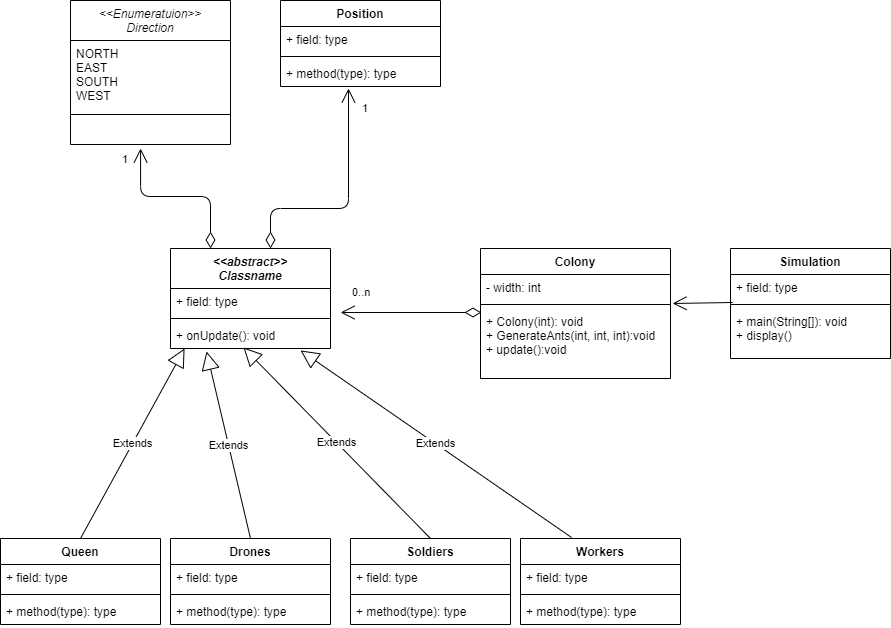
The draw.io diagram src/main/resources/diagram-plan.png in kisslas2020/life-of-the-ants, before a commit. Source tidied: cells renumbered, new cells last; positions are measured from the earlier drawing's top-left corner, leaving out a move shared by most shapes. Source of this version:
```xml
<mxGraphModel>
  <root>
    <mxCell id="0" />
    <mxCell id="1" parent="0" />
    <mxCell id="2" value="Colony" style="swimlane;fontStyle=1;align=center;verticalAlign=top;horizontal=1;startSize=26;" parent="1" vertex="1">
      <mxGeometry x="480" y="248" width="190" height="130" as="geometry" />
    </mxCell>
    <mxCell id="3" value="- width: int" style="text;strokeColor=none;fillColor=none;align=left;verticalAlign=top;spacingLeft=4;spacingRight=4;overflow=hidden;points=[[0,0.5],[1,0.5]];portConstraint=eastwest;" parent="2" vertex="1">
      <mxGeometry y="26" width="190" height="26" as="geometry" />
    </mxCell>
    <mxCell id="4" style="line;strokeWidth=1;fillColor=none;align=left;verticalAlign=middle;spacingTop=-1;spacingLeft=3;spacingRight=3;labelPosition=right;" parent="2" vertex="1">
      <mxGeometry y="52" width="190" height="8" as="geometry" />
    </mxCell>
    <mxCell id="5" value="+ Colony(int): void&#10;+ GenerateAnts(int, int, int):void&#10;+ update():void" style="text;strokeColor=none;fillColor=none;align=left;verticalAlign=top;spacingLeft=4;spacingRight=4;overflow=hidden;points=[[0,0.5],[1,0.5]];portConstraint=eastwest;" parent="2" vertex="1">
      <mxGeometry y="60" width="190" height="70" as="geometry" />
    </mxCell>
    <mxCell id="6" value="&lt;&lt;abstract&gt;&gt;&#10;Classname" style="swimlane;fontStyle=3;align=center;verticalAlign=top;horizontal=1;startSize=40;" parent="1" vertex="1">
      <mxGeometry x="170" y="248" width="160" height="100" as="geometry" />
    </mxCell>
    <mxCell id="7" value="+ field: type" style="text;strokeColor=none;fillColor=none;align=left;verticalAlign=top;spacingLeft=4;spacingRight=4;overflow=hidden;points=[[0,0.5],[1,0.5]];portConstraint=eastwest;" parent="6" vertex="1">
      <mxGeometry y="40" width="160" height="26" as="geometry" />
    </mxCell>
    <mxCell id="8" style="line;strokeWidth=1;fillColor=none;align=left;verticalAlign=middle;spacingTop=-1;spacingLeft=3;spacingRight=3;labelPosition=right;" parent="6" vertex="1">
      <mxGeometry y="66" width="160" height="8" as="geometry" />
    </mxCell>
    <mxCell id="9" value="+ onUpdate(): void" style="text;strokeColor=none;fillColor=none;align=left;verticalAlign=top;spacingLeft=4;spacingRight=4;overflow=hidden;points=[[0,0.5],[1,0.5]];portConstraint=eastwest;" parent="6" vertex="1">
      <mxGeometry y="74" width="160" height="26" as="geometry" />
    </mxCell>
    <mxCell id="10" value="Soldiers" style="swimlane;fontStyle=1;align=center;verticalAlign=top;horizontal=1;startSize=26;" parent="1" vertex="1">
      <mxGeometry x="350" y="538" width="160" height="86" as="geometry" />
    </mxCell>
    <mxCell id="11" value="+ field: type" style="text;strokeColor=none;fillColor=none;align=left;verticalAlign=top;spacingLeft=4;spacingRight=4;overflow=hidden;" parent="10" vertex="1">
      <mxGeometry y="26" width="160" height="26" as="geometry" />
    </mxCell>
    <mxCell id="12" style="line;strokeWidth=1;fillColor=none;align=left;verticalAlign=middle;spacingTop=-1;spacingLeft=3;spacingRight=3;labelPosition=right;" parent="10" vertex="1">
      <mxGeometry y="52" width="160" height="8" as="geometry" />
    </mxCell>
    <mxCell id="13" value="+ method(type): type" style="text;strokeColor=none;fillColor=none;align=left;verticalAlign=top;spacingLeft=4;spacingRight=4;overflow=hidden;" parent="10" vertex="1">
      <mxGeometry y="60" width="160" height="26" as="geometry" />
    </mxCell>
    <mxCell id="14" value="Drones" style="swimlane;fontStyle=1;align=center;verticalAlign=top;horizontal=1;startSize=26;" parent="1" vertex="1">
      <mxGeometry x="170" y="538" width="160" height="86" as="geometry" />
    </mxCell>
    <mxCell id="15" value="+ field: type" style="text;strokeColor=none;fillColor=none;align=left;verticalAlign=top;spacingLeft=4;spacingRight=4;overflow=hidden;" parent="14" vertex="1">
      <mxGeometry y="26" width="160" height="26" as="geometry" />
    </mxCell>
    <mxCell id="16" style="line;strokeWidth=1;fillColor=none;align=left;verticalAlign=middle;spacingTop=-1;spacingLeft=3;spacingRight=3;labelPosition=right;" parent="14" vertex="1">
      <mxGeometry y="52" width="160" height="8" as="geometry" />
    </mxCell>
    <mxCell id="17" value="+ method(type): type" style="text;strokeColor=none;fillColor=none;align=left;verticalAlign=top;spacingLeft=4;spacingRight=4;overflow=hidden;" parent="14" vertex="1">
      <mxGeometry y="60" width="160" height="26" as="geometry" />
    </mxCell>
    <mxCell id="18" value="Workers" style="swimlane;fontStyle=1;align=center;verticalAlign=top;horizontal=1;startSize=26;" parent="1" vertex="1">
      <mxGeometry x="520" y="538" width="160" height="86" as="geometry" />
    </mxCell>
    <mxCell id="19" value="+ field: type" style="text;strokeColor=none;fillColor=none;align=left;verticalAlign=top;spacingLeft=4;spacingRight=4;overflow=hidden;" parent="18" vertex="1">
      <mxGeometry y="26" width="160" height="26" as="geometry" />
    </mxCell>
    <mxCell id="20" style="line;strokeWidth=1;fillColor=none;align=left;verticalAlign=middle;spacingTop=-1;spacingLeft=3;spacingRight=3;labelPosition=right;" parent="18" vertex="1">
      <mxGeometry y="52" width="160" height="8" as="geometry" />
    </mxCell>
    <mxCell id="21" value="+ method(type): type" style="text;strokeColor=none;fillColor=none;align=left;verticalAlign=top;spacingLeft=4;spacingRight=4;overflow=hidden;" parent="18" vertex="1">
      <mxGeometry y="60" width="160" height="26" as="geometry" />
    </mxCell>
    <mxCell id="22" value="Queen" style="swimlane;fontStyle=1;align=center;verticalAlign=top;horizontal=1;startSize=26;" parent="1" vertex="1">
      <mxGeometry y="538" width="160" height="86" as="geometry" />
    </mxCell>
    <mxCell id="23" value="+ field: type" style="text;strokeColor=none;fillColor=none;align=left;verticalAlign=top;spacingLeft=4;spacingRight=4;overflow=hidden;" parent="22" vertex="1">
      <mxGeometry y="26" width="160" height="26" as="geometry" />
    </mxCell>
    <mxCell id="24" style="line;strokeWidth=1;fillColor=none;align=left;verticalAlign=middle;spacingTop=-1;spacingLeft=3;spacingRight=3;labelPosition=right;" parent="22" vertex="1">
      <mxGeometry y="52" width="160" height="8" as="geometry" />
    </mxCell>
    <mxCell id="25" value="+ method(type): type" style="text;strokeColor=none;fillColor=none;align=left;verticalAlign=top;spacingLeft=4;spacingRight=4;overflow=hidden;" parent="22" vertex="1">
      <mxGeometry y="60" width="160" height="26" as="geometry" />
    </mxCell>
    <mxCell id="26" value="Extends" style="endArrow=block;endSize=16;endFill=0;html=1;exitX=0.5;exitY=0;exitDx=0;exitDy=0;entryX=0.088;entryY=1;entryDx=0;entryDy=0;entryPerimeter=0;" parent="1" edge="1" source="22" target="9">
      <mxGeometry relative="1" as="geometry" />
    </mxCell>
    <mxCell id="27" value="Extends" style="endArrow=block;endSize=16;endFill=0;html=1;exitX=0.5;exitY=0;exitDx=0;exitDy=0;entryX=0.225;entryY=1.115;entryDx=0;entryDy=0;entryPerimeter=0;" parent="1" edge="1" source="14" target="9">
      <mxGeometry relative="1" as="geometry" />
    </mxCell>
    <mxCell id="28" value="Extends" style="endArrow=block;endSize=16;endFill=0;html=1;exitX=0.319;exitY=-0.012;exitDx=0;exitDy=0;exitPerimeter=0;entryX=0.813;entryY=1.077;entryDx=0;entryDy=0;entryPerimeter=0;" parent="1" edge="1" source="18" target="9">
      <mxGeometry relative="1" as="geometry" />
    </mxCell>
    <mxCell id="29" value="Extends" style="endArrow=block;endSize=16;endFill=0;html=1;exitX=0.5;exitY=0;exitDx=0;exitDy=0;entryX=0.456;entryY=0.962;entryDx=0;entryDy=0;entryPerimeter=0;" parent="1" edge="1" source="10" target="9">
      <mxGeometry relative="1" as="geometry" />
    </mxCell>
    <mxCell id="30" value="Simulation" style="swimlane;fontStyle=1;align=center;verticalAlign=top;horizontal=1;startSize=26;" parent="1" vertex="1">
      <mxGeometry x="730" y="248" width="160" height="110" as="geometry" />
    </mxCell>
    <mxCell id="31" value="+ field: type" style="text;strokeColor=none;fillColor=none;align=left;verticalAlign=top;spacingLeft=4;spacingRight=4;overflow=hidden;points=[[0,0.5],[1,0.5]];portConstraint=eastwest;" parent="30" vertex="1">
      <mxGeometry y="26" width="160" height="26" as="geometry" />
    </mxCell>
    <mxCell id="32" style="line;strokeWidth=1;fillColor=none;align=left;verticalAlign=middle;spacingTop=-1;spacingLeft=3;spacingRight=3;labelPosition=right;" parent="30" vertex="1">
      <mxGeometry y="52" width="160" height="8" as="geometry" />
    </mxCell>
    <mxCell id="33" value="+ main(String[]): void&#10;+ display()" style="text;strokeColor=none;fillColor=none;align=left;verticalAlign=top;spacingLeft=4;spacingRight=4;overflow=hidden;" parent="30" vertex="1">
      <mxGeometry y="60" width="160" height="50" as="geometry" />
    </mxCell>
    <mxCell id="34" value="&lt;&lt;Enumeratuion&gt;&gt;&#10;Direction" style="swimlane;fontStyle=2;align=center;verticalAlign=top;horizontal=1;startSize=40;" parent="1" vertex="1">
      <mxGeometry x="70" width="160" height="144" as="geometry" />
    </mxCell>
    <mxCell id="35" value="NORTH&#10;EAST&#10;SOUTH&#10;WEST" style="text;strokeColor=none;fillColor=none;align=left;verticalAlign=top;spacingLeft=4;spacingRight=4;overflow=hidden;" parent="34" vertex="1">
      <mxGeometry y="40" width="160" height="70" as="geometry" />
    </mxCell>
    <mxCell id="36" style="line;strokeWidth=1;fillColor=none;align=left;verticalAlign=middle;spacingTop=-1;spacingLeft=3;spacingRight=3;labelPosition=right;" parent="34" vertex="1">
      <mxGeometry y="110" width="160" height="8" as="geometry" />
    </mxCell>
    <mxCell id="37" value=" " style="text;strokeColor=none;fillColor=none;align=left;verticalAlign=top;spacingLeft=4;spacingRight=4;overflow=hidden;points=[[0,0.5],[1,0.5]];portConstraint=eastwest;" parent="34" vertex="1">
      <mxGeometry y="118" width="160" height="26" as="geometry" />
    </mxCell>
    <mxCell id="38" value="Position" style="swimlane;fontStyle=1;align=center;verticalAlign=top;horizontal=1;startSize=26;" parent="1" vertex="1">
      <mxGeometry x="280" width="160" height="86" as="geometry" />
    </mxCell>
    <mxCell id="39" value="+ field: type" style="text;strokeColor=none;fillColor=none;align=left;verticalAlign=top;spacingLeft=4;spacingRight=4;overflow=hidden;" parent="38" vertex="1">
      <mxGeometry y="26" width="160" height="26" as="geometry" />
    </mxCell>
    <mxCell id="40" style="line;strokeWidth=1;fillColor=none;align=left;verticalAlign=middle;spacingTop=-1;spacingLeft=3;spacingRight=3;labelPosition=right;" parent="38" vertex="1">
      <mxGeometry y="52" width="160" height="8" as="geometry" />
    </mxCell>
    <mxCell id="41" value="+ method(type): type" style="text;strokeColor=none;fillColor=none;align=left;verticalAlign=top;spacingLeft=4;spacingRight=4;overflow=hidden;points=[[0,0.5],[1,0.5]];portConstraint=eastwest;" parent="38" vertex="1">
      <mxGeometry y="60" width="160" height="26" as="geometry" />
    </mxCell>
    <mxCell id="42" value="0..n" style="endArrow=open;html=1;endSize=12;startArrow=diamondThin;startSize=14;startFill=0;edgeStyle=orthogonalEdgeStyle;align=left;verticalAlign=bottom;exitX=0.005;exitY=0.057;exitDx=0;exitDy=0;exitPerimeter=0;entryX=1.063;entryY=0.923;entryDx=0;entryDy=0;entryPerimeter=0;" parent="1" edge="1" source="5" target="7">
      <mxGeometry x="0.86" y="-11" relative="1" as="geometry" />
    </mxCell>
    <mxCell id="43" value="1" style="endArrow=open;html=1;endSize=12;startArrow=diamondThin;startSize=14;startFill=0;edgeStyle=orthogonalEdgeStyle;align=left;verticalAlign=bottom;exitX=0.25;exitY=0;exitDx=0;exitDy=0;entryX=0.438;entryY=1.154;entryDx=0;entryDy=0;entryPerimeter=0;" parent="1" edge="1" source="6" target="37">
      <mxGeometry x="0.76" y="20" relative="1" as="geometry">
        <Array as="points">
          <mxPoint x="210" y="196" />
          <mxPoint x="140" y="196" />
        </Array>
      </mxGeometry>
    </mxCell>
    <mxCell id="44" value="1" style="endArrow=open;html=1;endSize=12;startArrow=diamondThin;startSize=14;startFill=0;edgeStyle=orthogonalEdgeStyle;align=left;verticalAlign=bottom;exitX=0.625;exitY=0;exitDx=0;exitDy=0;exitPerimeter=0;entryX=0.425;entryY=1.077;entryDx=0;entryDy=0;entryPerimeter=0;" parent="1" edge="1" source="6" target="41">
      <mxGeometry x="0.76" y="-12" relative="1" as="geometry">
        <Array as="points">
          <mxPoint x="270" y="208" />
          <mxPoint x="348" y="208" />
        </Array>
      </mxGeometry>
    </mxCell>
    <mxCell id="45" style="endArrow=open;endFill=1;endSize=12;html=1;exitX=0.013;exitY=1.077;exitDx=0;exitDy=0;exitPerimeter=0;entryX=1.011;entryY=1.115;entryDx=0;entryDy=0;entryPerimeter=0;" parent="1" edge="1" source="31" target="3">
      <mxGeometry relative="1" as="geometry" />
    </mxCell>
  </root>
</mxGraphModel>
```
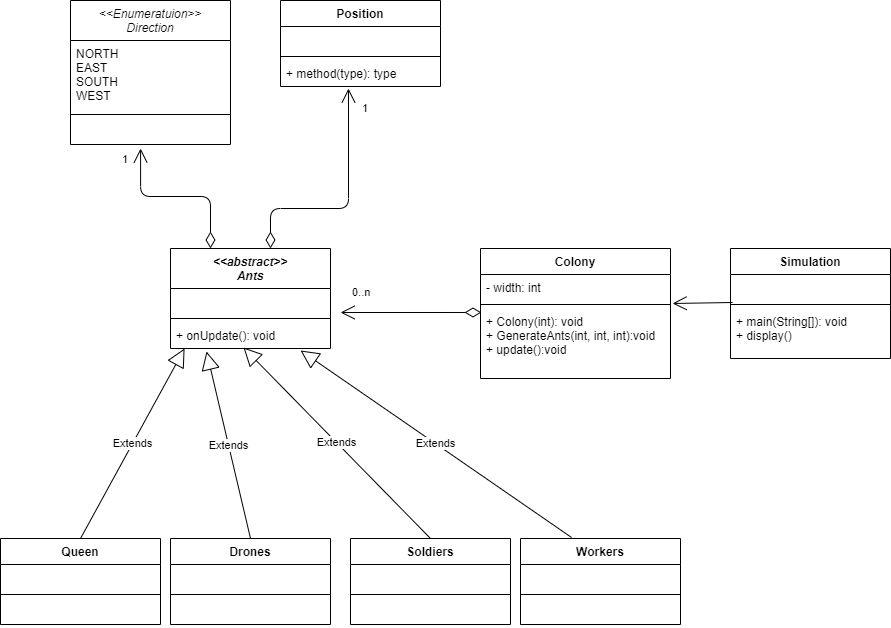
After the commit.

Commit message:
some correction on uml-starter

What changed in the source:
```diff
@@ -14,10 +14,10 @@
     <mxCell id="5" value="+ Colony(int): void&#10;+ GenerateAnts(int, int, int):void&#10;+ update():void" style="text;strokeColor=none;fillColor=none;align=left;verticalAlign=top;spacingLeft=4;spacingRight=4;overflow=hidden;points=[[0,0.5],[1,0.5]];portConstraint=eastwest;" parent="2" vertex="1">
       <mxGeometry y="60" width="190" height="70" as="geometry" />
     </mxCell>
-    <mxCell id="6" value="&lt;&lt;abstract&gt;&gt;&#10;Classname" style="swimlane;fontStyle=3;align=center;verticalAlign=top;horizontal=1;startSize=40;" parent="1" vertex="1">
+    <mxCell id="6" value="&lt;&lt;abstract&gt;&gt;&#10;Ants" style="swimlane;fontStyle=3;align=center;verticalAlign=top;horizontal=1;startSize=40;" parent="1" vertex="1">
       <mxGeometry x="170" y="248" width="160" height="100" as="geometry" />
     </mxCell>
-    <mxCell id="7" value="+ field: type" style="text;strokeColor=none;fillColor=none;align=left;verticalAlign=top;spacingLeft=4;spacingRight=4;overflow=hidden;points=[[0,0.5],[1,0.5]];portConstraint=eastwest;" parent="6" vertex="1">
+    <mxCell id="7" value=" " style="text;strokeColor=none;fillColor=none;align=left;verticalAlign=top;spacingLeft=4;spacingRight=4;overflow=hidden;points=[[0,0.5],[1,0.5]];portConstraint=eastwest;" parent="6" vertex="1">
       <mxGeometry y="40" width="160" height="26" as="geometry" />
     </mxCell>
     <mxCell id="8" style="line;strokeWidth=1;fillColor=none;align=left;verticalAlign=middle;spacingTop=-1;spacingLeft=3;spacingRight=3;labelPosition=right;" parent="6" vertex="1">
@@ -29,49 +29,49 @@
     <mxCell id="10" value="Soldiers" style="swimlane;fontStyle=1;align=center;verticalAlign=top;horizontal=1;startSize=26;" parent="1" vertex="1">
       <mxGeometry x="350" y="538" width="160" height="86" as="geometry" />
     </mxCell>
-    <mxCell id="11" value="+ field: type" style="text;strokeColor=none;fillColor=none;align=left;verticalAlign=top;spacingLeft=4;spacingRight=4;overflow=hidden;" parent="10" vertex="1">
+    <mxCell id="11" value=" " style="text;strokeColor=none;fillColor=none;align=left;verticalAlign=top;spacingLeft=4;spacingRight=4;overflow=hidden;" parent="10" vertex="1">
       <mxGeometry y="26" width="160" height="26" as="geometry" />
     </mxCell>
     <mxCell id="12" style="line;strokeWidth=1;fillColor=none;align=left;verticalAlign=middle;spacingTop=-1;spacingLeft=3;spacingRight=3;labelPosition=right;" parent="10" vertex="1">
       <mxGeometry y="52" width="160" height="8" as="geometry" />
     </mxCell>
-    <mxCell id="13" value="+ method(type): type" style="text;strokeColor=none;fillColor=none;align=left;verticalAlign=top;spacingLeft=4;spacingRight=4;overflow=hidden;" parent="10" vertex="1">
+    <mxCell id="13" value=" " style="text;strokeColor=none;fillColor=none;align=left;verticalAlign=top;spacingLeft=4;spacingRight=4;overflow=hidden;" parent="10" vertex="1">
       <mxGeometry y="60" width="160" height="26" as="geometry" />
     </mxCell>
     <mxCell id="14" value="Drones" style="swimlane;fontStyle=1;align=center;verticalAlign=top;horizontal=1;startSize=26;" parent="1" vertex="1">
       <mxGeometry x="170" y="538" width="160" height="86" as="geometry" />
     </mxCell>
-    <mxCell id="15" value="+ field: type" style="text;strokeColor=none;fillColor=none;align=left;verticalAlign=top;spacingLeft=4;spacingRight=4;overflow=hidden;" parent="14" vertex="1">
+    <mxCell id="15" value=" " style="text;strokeColor=none;fillColor=none;align=left;verticalAlign=top;spacingLeft=4;spacingRight=4;overflow=hidden;" parent="14" vertex="1">
       <mxGeometry y="26" width="160" height="26" as="geometry" />
     </mxCell>
     <mxCell id="16" style="line;strokeWidth=1;fillColor=none;align=left;verticalAlign=middle;spacingTop=-1;spacingLeft=3;spacingRight=3;labelPosition=right;" parent="14" vertex="1">
       <mxGeometry y="52" width="160" height="8" as="geometry" />
     </mxCell>
-    <mxCell id="17" value="+ method(type): type" style="text;strokeColor=none;fillColor=none;align=left;verticalAlign=top;spacingLeft=4;spacingRight=4;overflow=hidden;" parent="14" vertex="1">
+    <mxCell id="17" value=" " style="text;strokeColor=none;fillColor=none;align=left;verticalAlign=top;spacingLeft=4;spacingRight=4;overflow=hidden;" parent="14" vertex="1">
       <mxGeometry y="60" width="160" height="26" as="geometry" />
     </mxCell>
     <mxCell id="18" value="Workers" style="swimlane;fontStyle=1;align=center;verticalAlign=top;horizontal=1;startSize=26;" parent="1" vertex="1">
       <mxGeometry x="520" y="538" width="160" height="86" as="geometry" />
     </mxCell>
-    <mxCell id="19" value="+ field: type" style="text;strokeColor=none;fillColor=none;align=left;verticalAlign=top;spacingLeft=4;spacingRight=4;overflow=hidden;" parent="18" vertex="1">
+    <mxCell id="19" value=" " style="text;strokeColor=none;fillColor=none;align=left;verticalAlign=top;spacingLeft=4;spacingRight=4;overflow=hidden;" parent="18" vertex="1">
       <mxGeometry y="26" width="160" height="26" as="geometry" />
     </mxCell>
     <mxCell id="20" style="line;strokeWidth=1;fillColor=none;align=left;verticalAlign=middle;spacingTop=-1;spacingLeft=3;spacingRight=3;labelPosition=right;" parent="18" vertex="1">
       <mxGeometry y="52" width="160" height="8" as="geometry" />
     </mxCell>
-    <mxCell id="21" value="+ method(type): type" style="text;strokeColor=none;fillColor=none;align=left;verticalAlign=top;spacingLeft=4;spacingRight=4;overflow=hidden;" parent="18" vertex="1">
+    <mxCell id="21" value=" " style="text;strokeColor=none;fillColor=none;align=left;verticalAlign=top;spacingLeft=4;spacingRight=4;overflow=hidden;" parent="18" vertex="1">
       <mxGeometry y="60" width="160" height="26" as="geometry" />
     </mxCell>
     <mxCell id="22" value="Queen" style="swimlane;fontStyle=1;align=center;verticalAlign=top;horizontal=1;startSize=26;" parent="1" vertex="1">
       <mxGeometry y="538" width="160" height="86" as="geometry" />
     </mxCell>
-    <mxCell id="23" value="+ field: type" style="text;strokeColor=none;fillColor=none;align=left;verticalAlign=top;spacingLeft=4;spacingRight=4;overflow=hidden;" parent="22" vertex="1">
+    <mxCell id="23" value=" " style="text;strokeColor=none;fillColor=none;align=left;verticalAlign=top;spacingLeft=4;spacingRight=4;overflow=hidden;" parent="22" vertex="1">
       <mxGeometry y="26" width="160" height="26" as="geometry" />
     </mxCell>
     <mxCell id="24" style="line;strokeWidth=1;fillColor=none;align=left;verticalAlign=middle;spacingTop=-1;spacingLeft=3;spacingRight=3;labelPosition=right;" parent="22" vertex="1">
       <mxGeometry y="52" width="160" height="8" as="geometry" />
     </mxCell>
-    <mxCell id="25" value="+ method(type): type" style="text;strokeColor=none;fillColor=none;align=left;verticalAlign=top;spacingLeft=4;spacingRight=4;overflow=hidden;" parent="22" vertex="1">
+    <mxCell id="25" value=" " style="text;strokeColor=none;fillColor=none;align=left;verticalAlign=top;spacingLeft=4;spacingRight=4;overflow=hidden;" parent="22" vertex="1">
       <mxGeometry y="60" width="160" height="26" as="geometry" />
     </mxCell>
     <mxCell id="26" value="Extends" style="endArrow=block;endSize=16;endFill=0;html=1;exitX=0.5;exitY=0;exitDx=0;exitDy=0;entryX=0.088;entryY=1;entryDx=0;entryDy=0;entryPerimeter=0;" parent="1" edge="1" source="22" target="9">
@@ -89,7 +89,7 @@
     <mxCell id="30" value="Simulation" style="swimlane;fontStyle=1;align=center;verticalAlign=top;horizontal=1;startSize=26;" parent="1" vertex="1">
       <mxGeometry x="730" y="248" width="160" height="110" as="geometry" />
     </mxCell>
-    <mxCell id="31" value="+ field: type" style="text;strokeColor=none;fillColor=none;align=left;verticalAlign=top;spacingLeft=4;spacingRight=4;overflow=hidden;points=[[0,0.5],[1,0.5]];portConstraint=eastwest;" parent="30" vertex="1">
+    <mxCell id="31" value=" " style="text;strokeColor=none;fillColor=none;align=left;verticalAlign=top;spacingLeft=4;spacingRight=4;overflow=hidden;points=[[0,0.5],[1,0.5]];portConstraint=eastwest;" parent="30" vertex="1">
       <mxGeometry y="26" width="160" height="26" as="geometry" />
     </mxCell>
     <mxCell id="32" style="line;strokeWidth=1;fillColor=none;align=left;verticalAlign=middle;spacingTop=-1;spacingLeft=3;spacingRight=3;labelPosition=right;" parent="30" vertex="1">
@@ -113,7 +113,7 @@
     <mxCell id="38" value="Position" style="swimlane;fontStyle=1;align=center;verticalAlign=top;horizontal=1;startSize=26;" parent="1" vertex="1">
       <mxGeometry x="280" width="160" height="86" as="geometry" />
     </mxCell>
-    <mxCell id="39" value="+ field: type" style="text;strokeColor=none;fillColor=none;align=left;verticalAlign=top;spacingLeft=4;spacingRight=4;overflow=hidden;" parent="38" vertex="1">
+    <mxCell id="39" value=" " style="text;strokeColor=none;fillColor=none;align=left;verticalAlign=top;spacingLeft=4;spacingRight=4;overflow=hidden;" parent="38" vertex="1">
       <mxGeometry y="26" width="160" height="26" as="geometry" />
     </mxCell>
     <mxCell id="40" style="line;strokeWidth=1;fillColor=none;align=left;verticalAlign=middle;spacingTop=-1;spacingLeft=3;spacingRight=3;labelPosition=right;" parent="38" vertex="1">
```
